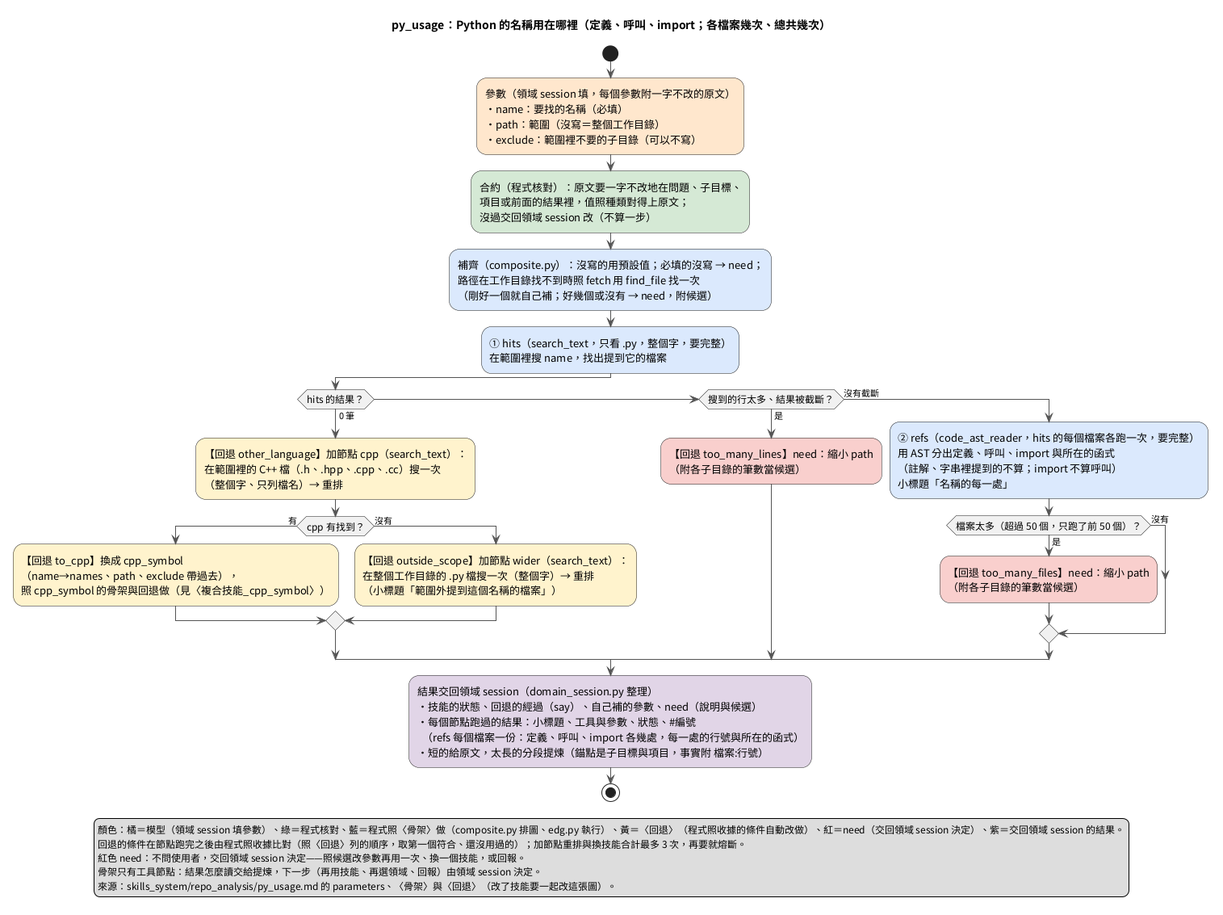
Above: doc/images/複合技能_py_usage.png in DavidZox/Coding_agnet (PlantUML), before the change. The source it was exported from:
```plantuml
@startuml
skinparam shadowing false
skinparam defaultFontName "Noto Sans CJK TC"
skinparam ActivityFontSize 13
skinparam NoteFontSize 12
skinparam LegendFontSize 12
skinparam ArrowColor #555555
skinparam ActivityDiamondFontSize 12
title py_usage：Python 的名稱用在哪裡（定義、呼叫、import；各檔案幾次、總共幾次）

start
:參數（領域 session 填，每個參數附一字不改的原文）
・name：要找的名稱（必填）
・path：範圍（沒寫＝整個工作目錄）
・exclude：範圍裡不要的子目錄（可以不寫）; <<#FFE6CC>>
:合約（程式核對）：原文要一字不改地在問題、子目標、
項目或前面的結果裡，值照種類對得上原文；
沒過交回領域 session 改（不算一步）; <<#D5E8D4>>
:補齊（composite.py）：沒寫的用預設值；必填的沒寫 → need；
路徑在工作目錄找不到時照 fetch 用 find_file 找一次
（剛好一個就自己補；好幾個或沒有 → need，附候選）; <<#DAE8FC>>
:① hits（search_text，只看 .py，整個字，要完整）
在範圍裡搜 name，找出提到它的檔案; <<#DAE8FC>>
if (hits 的結果？) then (0 筆)
  :【回退 other_language】加節點 cpp（search_text）：
  在範圍裡的 C++ 檔（.h、.hpp、.cpp、.cc）搜一次
  （整個字、只列檔名）→ 重排; <<#FFF2CC>>
  if (cpp 有找到？) then (有)
    :【回退 to_cpp】換成 cpp_symbol
    （name→names、path、exclude 帶過去），
    照 cpp_symbol 的骨架與回退做（見〈複合技能_cpp_symbol〉）; <<#FFF2CC>>
  else (沒有)
    :【回退 outside_scope】加節點 wider（search_text）：
    在整個工作目錄的 .py 檔搜一次（整個字）→ 重排
    （小標題「範圍外提到這個名稱的檔案」）; <<#FFF2CC>>
  endif
elseif (搜到的行太多、結果被截斷？) then (是)
  :【回退 too_many_lines】need：縮小 path
  （附各子目錄的筆數當候選）; <<#F8CECC>>
else (沒有截斷)
  :② refs（code_ast_reader，hits 的每個檔案各跑一次，要完整）
  用 AST 分出定義、呼叫、import 與所在的函式
  （註解、字串裡提到的不算；import 不算呼叫）
  小標題「名稱的每一處」; <<#DAE8FC>>
  if (檔案太多（超過 50 個，只跑了前 50 個）？) then (是)
    :【回退 too_many_files】need：縮小 path
    （附各子目錄的筆數當候選）; <<#F8CECC>>
  else (沒有)
  endif
endif
:結果交回領域 session（domain_session.py 整理）
・技能的狀態、回退的經過（say）、自己補的參數、need（說明與候選）
・每個節點跑過的結果：小標題、工具與參數、狀態、#編號
  （refs 每個檔案一份：定義、呼叫、import 各幾處，每一處的行號與所在的函式）
・短的給原文，太長的分段提煉（錨點是子目標與項目，事實附 檔案:行號）; <<#E1D5E7>>
stop
legend bottom
  顏色：橘＝模型（領域 session 填參數）、綠＝程式核對、藍＝程式照〈骨架〉做（composite.py 排圖、edg.py 執行）、黃＝〈回退〉（程式照收據的條件自動改做）、紅＝need（交回領域 session 決定）、紫＝交回領域 session 的結果。
  回退的條件在節點跑完之後由程式照收據比對（照〈回退〉列的順序，取第一個符合、還沒用過的）；加節點重排與換技能合計最多 3 次，再要就熔斷。
  紅色 need：不問使用者，交回領域 session 決定——照候選改參數再用一次、換一個技能，或回報。
  骨架只有工具節點：結果怎麼讀交給提煉，下一步（再用技能、再選領域、回報）由領域 session 決定。
  來源：skills_system/repo_analysis/py_usage.md 的 parameters、〈骨架〉與〈回退〉（改了技能要一起改這張圖）。
endlegend
@enduml
```
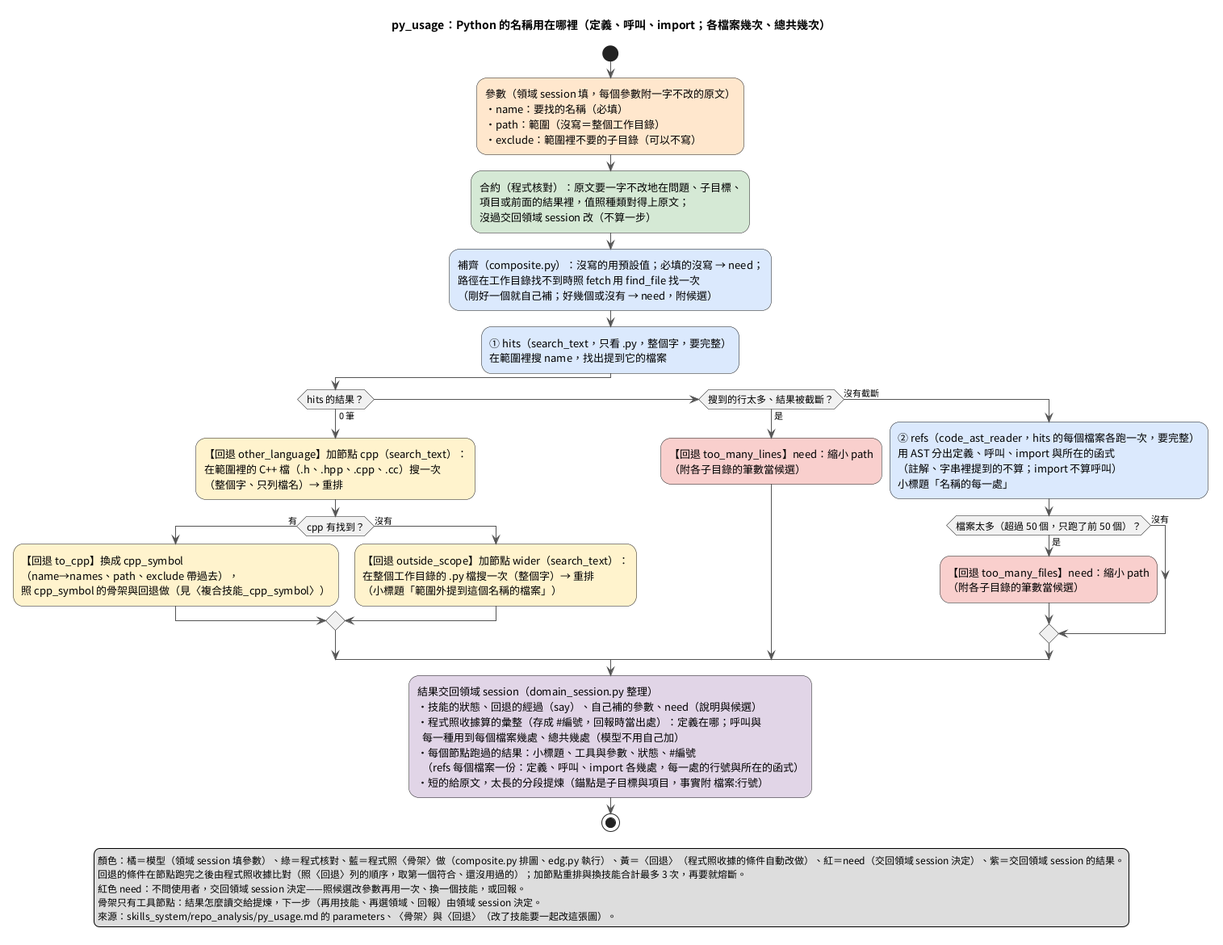
The same diagram one commit later.

Diff of the diagram source:
```diff
@@ -50,6 +50,8 @@
 endif
 :結果交回領域 session（domain_session.py 整理）
 ・技能的狀態、回退的經過（say）、自己補的參數、need（說明與候選）
+・程式照收據算的彙整（存成 #編號，回報時當出處）：定義在哪；呼叫與
+  每一種用到每個檔案幾處、總共幾處（模型不用自己加）
 ・每個節點跑過的結果：小標題、工具與參數、狀態、#編號
   （refs 每個檔案一份：定義、呼叫、import 各幾處，每一處的行號與所在的函式）
 ・短的給原文，太長的分段提煉（錨點是子目標與項目，事實附 檔案:行號）; <<#E1D5E7>>
```
